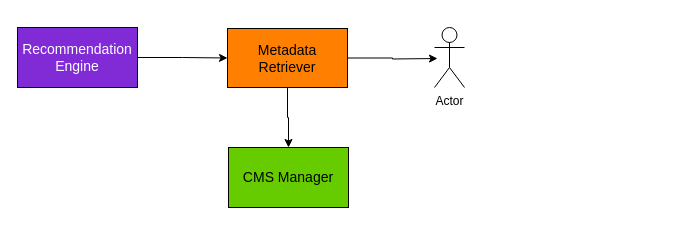
This is recommendation-block.drawio from nevillio/hello-world, a draw.io file, before an edit. Source tidied: cells renumbered, new cells numbered last; positions are measured from the earlier drawing's top-left corner, leaving out a move shared by most shapes. Both pictures are drawn from the tidied source at 100%, with x=0, y=0 at pixel (17, 27).
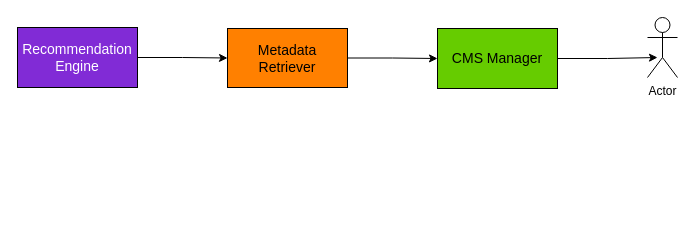
The same diagram, later.

Diff of the diagram source:
```diff
@@
 <mxGraphModel>
   <root>
     <mxCell id="0" />
     <mxCell id="1" parent="0" />
     <mxCell id="2" style="edgeStyle=orthogonalEdgeStyle;rounded=0;jettySize=auto;html=1;" parent="1" edge="1" source="3" target="6">
       <mxGeometry relative="1" as="geometry" />
     </mxCell>
     <mxCell id="3" value="&lt;font style=&quot;font-size: 14px;&quot; color=&quot;#ffffff&quot;&gt;Recommendation Engine&lt;/font&gt;" style="rounded=0;whiteSpace=wrap;html=1;fillColor=#812BD6;" parent="1" vertex="1">
       <mxGeometry width="120" height="60" as="geometry" />
     </mxCell>
+    <mxCell id="9" style="edgeStyle=orthogonalEdgeStyle;rounded=0;jettySize=auto;html=1;" parent="1" edge="1" source="8">
+      <mxGeometry relative="1" as="geometry">
+        <mxPoint x="640" y="30" as="targetPoint" />
+      </mxGeometry>
+    </mxCell>
+    <mxCell id="8" value="&lt;font style=&quot;font-size: 14px;&quot;&gt;CMS Manager&lt;/font&gt;" style="rounded=0;whiteSpace=wrap;html=1;fillColor=#66CC00;" parent="1" vertex="1">
+      <mxGeometry x="420" y="1" width="120" height="60" as="geometry" />
+    </mxCell>
+    <mxCell id="7" value="Actor" style="shape=umlActor;verticalLabelPosition=bottom;verticalAlign=top;html=1;" parent="1" vertex="1">
+      <mxGeometry x="630" y="-10" width="30" height="60" as="geometry" />
+    </mxCell>
-    <mxCell id="4" style="edgeStyle=orthogonalEdgeStyle;rounded=0;jettySize=auto;html=1;entryX=0;entryY=0.5;entryDx=0;entryDy=0;" parent="1" edge="1" source="6">
-      <mxGeometry relative="1" as="geometry">
-        <mxPoint x="420" y="31" as="targetPoint" />
-      </mxGeometry>
+    <mxCell id="4" style="edgeStyle=orthogonalEdgeStyle;rounded=0;jettySize=auto;html=1;entryX=0;entryY=0.5;entryDx=0;entryDy=0;" parent="1" edge="1" source="6" target="8">
+      <mxGeometry relative="1" as="geometry" />
     </mxCell>
-    <mxCell id="5" style="edgeStyle=orthogonalEdgeStyle;rounded=0;jettySize=auto;html=1;" parent="1" edge="1" source="6" target="8">
-      <mxGeometry relative="1" as="geometry" />
-    </mxCell>
     <mxCell id="6" value="&lt;font style=&quot;font-size: 14px;&quot;&gt;Metadata Retriever&lt;/font&gt;" style="rounded=0;whiteSpace=wrap;html=1;fillColor=#FF8000;" parent="1" vertex="1">
       <mxGeometry x="210" y="1" width="120" height="59" as="geometry" />
     </mxCell>
-    <mxCell id="7" value="Actor" style="shape=umlActor;verticalLabelPosition=bottom;verticalAlign=top;html=1;" parent="1" vertex="1">
-      <mxGeometry x="417" width="30" height="60" as="geometry" />
-    </mxCell>
-    <mxCell id="8" value="&lt;font style=&quot;font-size: 14px;&quot;&gt;CMS Manager&lt;/font&gt;" style="rounded=0;whiteSpace=wrap;html=1;fillColor=#66CC00;" parent="1" vertex="1">
-      <mxGeometry x="211" y="120" width="120" height="60" as="geometry" />
-    </mxCell>
   </root>
 </mxGraphModel>
```
